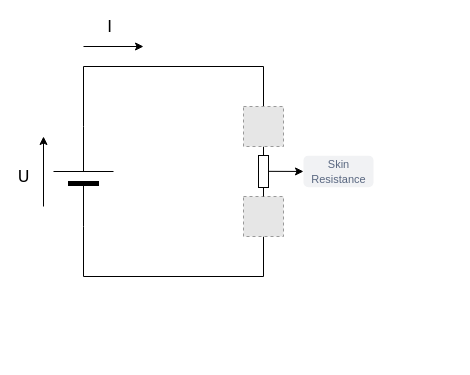
The draw.io diagram schema/skin-resistance.drawio in canta2899/thesis, before the edit. Source tidied: cells renumbered, new cells numbered last; positions are measured from the earlier drawing's top-left corner, leaving out a move shared by most shapes. Both pictures are drawn from the tidied source at 100%, with x=0, y=0 at pixel (33, 46). Pictures stored in the file or linked from it are replaced by grey dashed boxes.
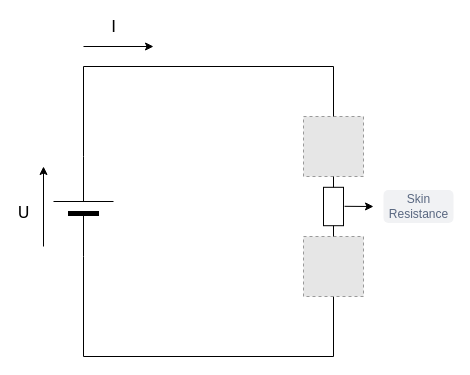
After the change.

Commit message (it also covers changes not shown here):
Adding bitalino breakout board picture and schema

Change to the diagram source:
```diff
@@
 <mxGraphModel>
   <root>
     <mxCell id="0" />
     <mxCell id="1" parent="0" />
+    <mxCell id="12" style="fillColor=#E6E6E6;strokeColor=#999999;dashed=1;verticalLabelPosition=bottom;labelBackgroundColor=default;verticalAlign=top;" parent="1" vertex="1">
+      <mxGeometry x="270" y="70" width="60" height="60" as="geometry" />
+    </mxCell>
-    <mxCell id="2" style="edgeStyle=orthogonalEdgeStyle;rounded=0;html=1;exitX=1;exitY=0.5;exitPerimeter=0;labelBackgroundColor=none;startArrow=none;startFill=0;startSize=5;endArrow=none;endFill=0;endSize=5;jettySize=auto;strokeWidth=1;fontFamily=Verdana;fontSize=12;" parent="1" edge="1" source="3">
+    <mxCell id="2" style="edgeStyle=orthogonalEdgeStyle;rounded=0;html=1;exitX=1;exitY=0.5;exitPerimeter=0;labelBackgroundColor=none;startArrow=none;startFill=0;startSize=5;endArrow=none;endFill=0;endSize=5;jettySize=auto;strokeWidth=1;fontFamily=Verdana;fontSize=12;" parent="1" edge="1" source="3" target="12">
       <mxGeometry relative="1" as="geometry">
-        <mxPoint x="230" y="70" as="targetPoint" />
         <Array as="points">
           <mxPoint x="50" y="20" />
-          <mxPoint x="230" y="20" />
-          <mxPoint x="230" y="70" />
+          <mxPoint x="300" y="20" />
         </Array>
       </mxGeometry>
     </mxCell>
     <mxCell id="3" style="verticalLabelPosition=bottom;shadow=0;dashed=0;align=center;fillColor=#000000;html=1;verticalAlign=top;strokeWidth=1;shape=mxgraph.electrical.miscellaneous.monocell_battery;rounded=1;comic=0;labelBackgroundColor=none;fontFamily=Verdana;fontSize=12;rotation=-90;" parent="1" vertex="1">
-      <mxGeometry y="100" width="100" height="60" as="geometry" />
+      <mxGeometry y="130" width="100" height="60" as="geometry" />
     </mxCell>
-    <mxCell id="4" style="edgeStyle=orthogonalEdgeStyle;rounded=0;html=1;entryX=0;entryY=0.5;entryPerimeter=0;labelBackgroundColor=none;startArrow=none;startFill=0;startSize=5;endArrow=none;endFill=0;endSize=5;jettySize=auto;strokeWidth=1;fontFamily=Verdana;fontSize=12;exitX=0.5;exitY=1;exitDx=0;exitDy=0;" parent="1" edge="1" source="7" target="3">
+    <mxCell id="4" style="edgeStyle=orthogonalEdgeStyle;rounded=0;html=1;entryX=0;entryY=0.5;entryPerimeter=0;labelBackgroundColor=none;startArrow=none;startFill=0;startSize=5;endArrow=none;endFill=0;endSize=5;jettySize=auto;strokeWidth=1;fontFamily=Verdana;fontSize=12;" parent="1" edge="1" target="3">
       <mxGeometry relative="1" as="geometry">
+        <mxPoint x="300" y="220" as="sourcePoint" />
         <Array as="points">
-          <mxPoint x="230" y="230" />
-          <mxPoint x="50" y="230" />
+          <mxPoint x="50" y="310" />
         </Array>
       </mxGeometry>
     </mxCell>
     <mxCell id="5" value="I" style="endArrow=classic;html=1;labelBackgroundColor=none;strokeWidth=1;fontFamily=Verdana;fontSize=16;" parent="1" edge="1">
       <mxGeometry x="-0.14" y="20" relative="1" as="geometry">
         <mxPoint x="50" as="sourcePoint" />
-        <mxPoint x="110" as="targetPoint" />
+        <mxPoint x="120" as="targetPoint" />
       </mxGeometry>
     </mxCell>
     <mxCell id="6" value="U" style="endArrow=classic;html=1;labelBackgroundColor=none;strokeWidth=1;fontFamily=Verdana;fontSize=16;" parent="1" edge="1">
       <mxGeometry x="-0.14" y="20" relative="1" as="geometry">
-        <mxPoint x="10" y="160" as="sourcePoint" />
-        <mxPoint x="10" y="90" as="targetPoint" />
+        <mxPoint x="10" y="200" as="sourcePoint" />
+        <mxPoint x="10" y="120" as="targetPoint" />
       </mxGeometry>
     </mxCell>
     <mxCell id="7" style="fillColor=#E6E6E6;strokeColor=#999999;dashed=1;verticalLabelPosition=bottom;labelBackgroundColor=default;verticalAlign=top;" parent="1" vertex="1">
-      <mxGeometry x="210" y="150" width="40" height="40" as="geometry" />
+      <mxGeometry x="270" y="190" width="60" height="60" as="geometry" />
     </mxCell>
     <mxCell id="8" style="verticalLabelPosition=bottom;shadow=0;dashed=0;align=center;html=1;verticalAlign=top;shape=mxgraph.electrical.resistors.resistor_1;rotation=-90;" parent="1" vertex="1">
-      <mxGeometry x="205" y="120" width="50" height="10" as="geometry" />
+      <mxGeometry x="270" y="150" width="60" height="20" as="geometry" />
     </mxCell>
-    <mxCell id="9" style="endArrow=classic;html=1;rounded=0;exitX=0.503;exitY=1.053;exitDx=0;exitDy=0;exitPerimeter=0;entryX=0;entryY=0.5;entryDx=0;entryDy=0;" parent="1" edge="1" source="8" target="10">
-      <mxGeometry relative="1" as="geometry" />
+    <mxCell id="9" style="endArrow=classic;html=1;rounded=0;exitX=0.503;exitY=1.053;exitDx=0;exitDy=0;exitPerimeter=0;" parent="1" edge="1" source="8">
+      <mxGeometry relative="1" as="geometry">
+        <mxPoint x="340" y="160" as="targetPoint" />
+      </mxGeometry>
     </mxCell>
-    <mxCell id="10" value="&lt;font style=&quot;font-size: 11px&quot;&gt;Skin&lt;br&gt;Resistance&lt;/font&gt;" style="rounded=1;align=center;fillColor=#F1F2F4;strokeColor=none;html=1;fontColor=#596780;fontSize=12;" parent="1" vertex="1">
-      <mxGeometry x="270" y="109.2" width="70" height="31.5" as="geometry" />
+    <mxCell id="10" value="Skin&lt;br&gt;Resistance" style="rounded=1;align=center;fillColor=#F1F2F4;strokeColor=none;html=1;fontColor=#596780;fontSize=12;" parent="1" vertex="1">
+      <mxGeometry x="350" y="143.5" width="70" height="33" as="geometry" />
     </mxCell>
-    <mxCell id="11" style="fillColor=#E6E6E6;strokeColor=#999999;dashed=1;verticalLabelPosition=bottom;labelBackgroundColor=default;verticalAlign=top;" parent="1" vertex="1">
-      <mxGeometry x="210" y="60" width="40" height="40" as="geometry" />
-    </mxCell>
   </root>
 </mxGraphModel>
```
